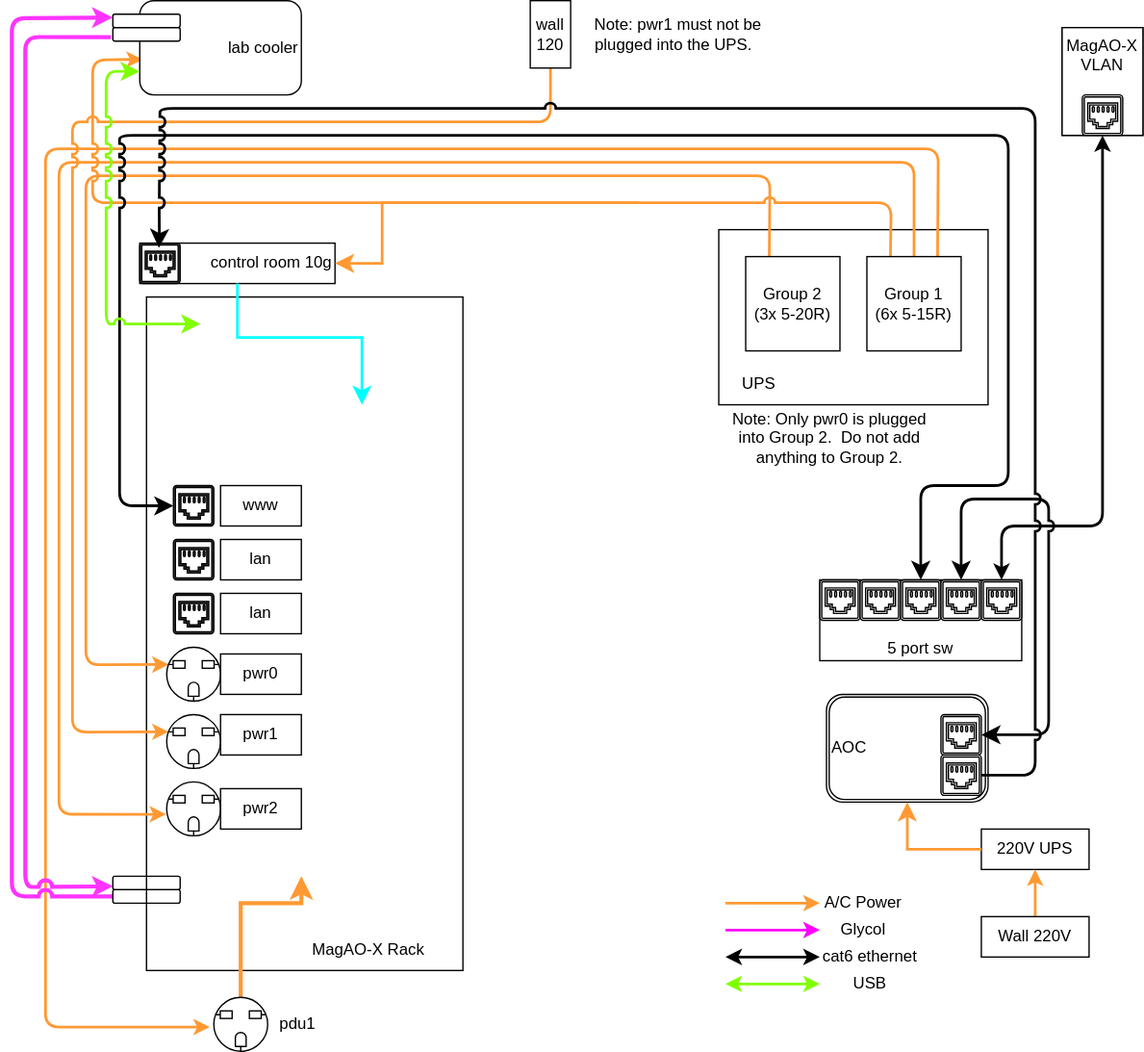
Earlier version of the draw.io export handling/figures/lco_cleanroom_connections.svg (magao-x/handbook). Source tidied: cells renumbered, new cells last; positions are measured from the earlier drawing's top-left corner, leaving out a move shared by most shapes.
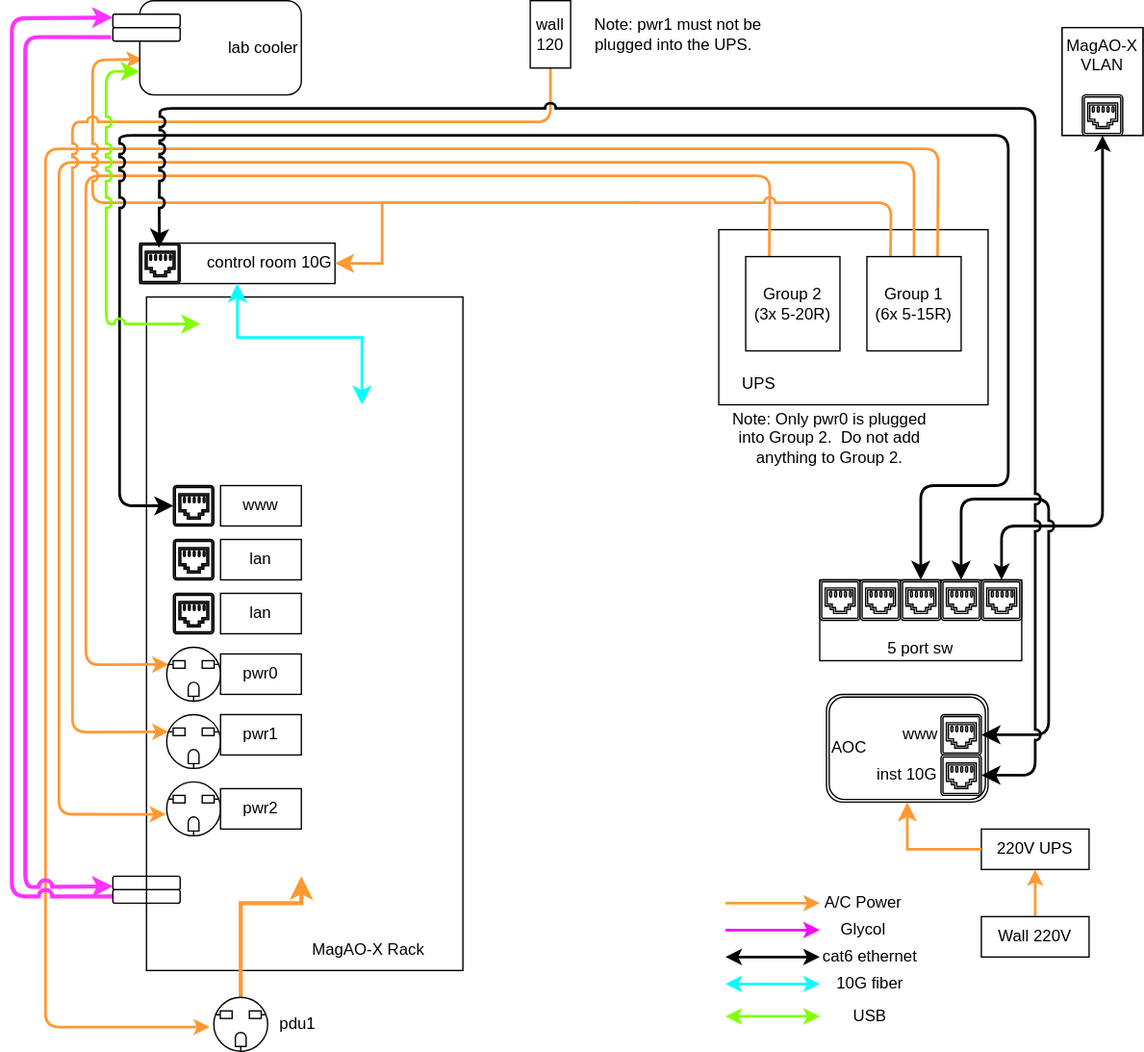
The same diagram one commit later.

Commit message:
updated cleanroom connections

Change to the diagram source:
```diff
@@ -75,7 +75,7 @@
     <mxCell id="13" value="lab cooler" style="rounded=1;whiteSpace=wrap;html=1;strokeColor=#000000;fillColor=#FFFFFF;fontColor=#000000;align=right;" parent="1" vertex="1">
       <mxGeometry x="95" width="120" height="70" as="geometry" />
     </mxCell>
-    <mxCell id="14" value="control room 10g" style="rounded=0;whiteSpace=wrap;html=1;strokeColor=#000000;fontColor=#000000;fillColor=#FFFFFF;align=right;" parent="1" vertex="1">
+    <mxCell id="14" value="control room 10G" style="rounded=0;whiteSpace=wrap;html=1;strokeColor=#000000;fontColor=#000000;fillColor=#FFFFFF;align=right;" parent="1" vertex="1">
       <mxGeometry x="95" y="180" width="145" height="30" as="geometry" />
     </mxCell>
     <mxCell id="15" style="edgeStyle=segmentEdgeStyle;endArrow=classic;html=1;curved=0;rounded=0;endSize=8;startSize=8;jumpStyle=arc;entryX=1;entryY=0.5;entryDx=0;entryDy=0;strokeColor=#FF9933;strokeWidth=2;" parent="1" edge="1" target="14">
@@ -236,7 +236,7 @@
     <mxCell id="54" style="sketch=0;shadow=0;dashed=0;html=1;strokeColor=#000000;fillColor=#434445;labelPosition=center;verticalLabelPosition=bottom;verticalAlign=top;align=center;shape=mxgraph.vvd.ethernet_port;fontColor=#000000;" parent="1" vertex="1">
       <mxGeometry x="95" y="180" width="30" height="30" as="geometry" />
     </mxCell>
-    <mxCell id="55" style="edgeStyle=segmentEdgeStyle;endArrow=classic;html=1;rounded=1;endSize=8;startSize=8;strokeColor=#000000;strokeWidth=2;fontColor=#000000;jumpStyle=arc;entryX=0.098;entryY=0.118;entryDx=0;entryDy=0;entryPerimeter=0;" parent="1" edge="1" source="22" target="14">
+    <mxCell id="55" style="edgeStyle=segmentEdgeStyle;endArrow=classic;html=1;rounded=1;endSize=8;startSize=8;strokeColor=#000000;strokeWidth=2;fontColor=#000000;jumpStyle=arc;entryX=0.098;entryY=0.118;entryDx=0;entryDy=0;entryPerimeter=0;startArrow=classic;startFill=1;" parent="1" edge="1" source="22" target="14">
       <mxGeometry relative="1" as="geometry">
         <Array as="points">
           <mxPoint x="760" y="575" />
@@ -246,7 +246,7 @@
         </Array>
       </mxGeometry>
     </mxCell>
-    <mxCell id="56" style="edgeStyle=segmentEdgeStyle;endArrow=classic;html=1;curved=0;rounded=0;endSize=8;startSize=8;strokeWidth=2;fontColor=#000000;jumpStyle=arc;exitX=0.5;exitY=1;exitDx=0;exitDy=0;strokeColor=#00FFFF;" parent="1" edge="1" source="14">
+    <mxCell id="56" style="edgeStyle=segmentEdgeStyle;endArrow=classic;html=1;curved=0;rounded=0;endSize=8;startSize=8;strokeWidth=2;fontColor=#000000;jumpStyle=arc;exitX=0.5;exitY=1;exitDx=0;exitDy=0;strokeColor=#00FFFF;startArrow=classic;startFill=1;" parent="1" edge="1" source="14">
       <mxGeometry relative="1" as="geometry">
         <mxPoint x="260" y="300" as="targetPoint" />
         <Array as="points">
@@ -272,8 +272,8 @@
     </mxCell>
     <mxCell id="59" style="endArrow=classic;startArrow=classic;html=1;rounded=1;strokeColor=#80FF00;strokeWidth=2;fontColor=#000000;jumpStyle=arc;" parent="1" edge="1">
       <mxGeometry relative="1" as="geometry">
-        <mxPoint x="530" y="730" as="sourcePoint" />
-        <mxPoint x="600" y="730" as="targetPoint" />
+        <mxPoint x="530" y="754" as="sourcePoint" />
+        <mxPoint x="600" y="754" as="targetPoint" />
       </mxGeometry>
     </mxCell>
     <mxCell id="60" style="endArrow=classic;startArrow=none;html=1;rounded=1;strokeColor=#FF9933;strokeWidth=2;fontColor=#000000;jumpStyle=arc;startFill=0;" parent="1" edge="1">
@@ -298,7 +298,7 @@
       <mxGeometry x="595" y="700" width="85" height="20" as="geometry" />
     </mxCell>
     <mxCell id="65" value="USB" style="text;html=1;strokeColor=none;fillColor=none;align=center;verticalAlign=middle;whiteSpace=wrap;rounded=0;fontColor=#000000;" parent="1" vertex="1">
-      <mxGeometry x="595" y="720" width="85" height="20" as="geometry" />
+      <mxGeometry x="595" y="744" width="85" height="20" as="geometry" />
     </mxCell>
     <mxCell id="66" value="220V UPS" style="rounded=0;whiteSpace=wrap;html=1;fillColor=#FFFFFF;strokeColor=#000000;fontColor=#000000;" parent="1" vertex="1">
       <mxGeometry x="720" y="615" width="80" height="30" as="geometry" />
@@ -328,5 +328,20 @@
     <mxCell id="73" value="UPS" style="text;html=1;strokeColor=none;fillColor=none;align=center;verticalAlign=middle;whiteSpace=wrap;rounded=0;fontColor=#000000;" parent="1" vertex="1">
       <mxGeometry x="525" y="270" width="60" height="30" as="geometry" />
     </mxCell>
+    <mxCell id="74" style="endArrow=classic;startArrow=classic;html=1;rounded=1;strokeColor=#00FFFF;strokeWidth=2;fontColor=#000000;jumpStyle=arc;" parent="1" edge="1">
+      <mxGeometry relative="1" as="geometry">
+        <mxPoint x="530" y="730" as="sourcePoint" />
+        <mxPoint x="600" y="730" as="targetPoint" />
+      </mxGeometry>
+    </mxCell>
+    <mxCell id="75" value="10G fiber" style="text;html=1;strokeColor=none;fillColor=none;align=center;verticalAlign=middle;whiteSpace=wrap;rounded=0;fontColor=#000000;" parent="1" vertex="1">
+      <mxGeometry x="595" y="720" width="85" height="20" as="geometry" />
+    </mxCell>
+    <mxCell id="76" value="www" style="text;html=1;strokeColor=none;fillColor=none;align=center;verticalAlign=middle;whiteSpace=wrap;rounded=0;fontColor=#000000;" parent="1" vertex="1">
+      <mxGeometry x="645" y="530" width="60" height="30" as="geometry" />
+    </mxCell>
+    <mxCell id="77" value="inst 10G" style="text;html=1;strokeColor=none;fillColor=none;align=center;verticalAlign=middle;whiteSpace=wrap;rounded=0;fontColor=#000000;" parent="1" vertex="1">
+      <mxGeometry x="635" y="560" width="60" height="30" as="geometry" />
+    </mxCell>
   </root>
 </mxGraphModel>
```
